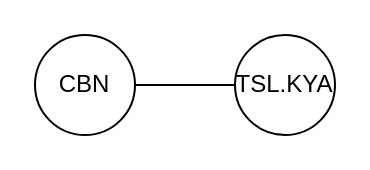
Before: page "Halaman-1" (1 of 6) of Diagram Tanpa Judul.drawio in rhilmy/test, a draw.io diagram. Source tidied: cells renumbered, new cells numbered last; positions are measured from the earlier drawing's top-left corner, leaving out a move shared by most shapes. Both pictures are drawn from the tidied source at 200%, with x=0, y=0 at pixel (34, 34).
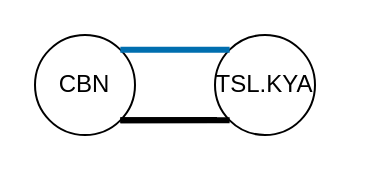
Above is the later version.

Diff of the diagram source:
```diff
@@
 <mxGraphModel>
   <root>
     <mxCell id="0" />
     <mxCell id="1" parent="0" />
     <mxCell id="2" value="CBN" style="ellipse;whiteSpace=wrap;html=1;shapeInside=1;" parent="1" vertex="1">
       <mxGeometry width="50" height="50" as="geometry" />
     </mxCell>
     <mxCell id="3" value="TSL.KYA" style="ellipse;whiteSpace=wrap;html=1;shapeInside=1;" parent="1" vertex="1">
-      <mxGeometry x="100" width="50" height="50" as="geometry" />
+      <mxGeometry x="90" width="50" height="50" as="geometry" />
     </mxCell>
-    <mxCell id="4" style="endArrow=none;html=1;rounded=0;exitX=1;exitY=0.5;exitDx=0;exitDy=0;entryX=0;entryY=0.5;entryDx=0;entryDy=0;" parent="1" edge="1" source="2" target="3">
-      <mxGeometry relative="1" as="geometry" />
-    </mxCell>
+    <mxCell id="5" style="rounded=0;jettySize=auto;html=1;exitX=1;exitY=1;exitDx=0;exitDy=0;entryX=0;entryY=1;entryDx=0;entryDy=0;endArrow=none;endFill=0;strokeWidth=3;strokeColor=light-dark(#000000,#00FF00);" parent="1" edge="1" source="2">
+      <mxGeometry relative="1" as="geometry">
+        <mxPoint x="91" y="42.5" as="targetPoint" />
+      </mxGeometry>
+    </mxCell>
+    <mxCell id="6" style="rounded=0;jettySize=auto;html=1;exitX=1;exitY=0;exitDx=0;exitDy=0;endArrow=none;endFill=0;fillColor=#1ba1e2;strokeColor=#006EAF;startSize=13;endSize=14;orthogonal=0;strokeWidth=3;entryX=0;entryY=0;entryDx=0;entryDy=0;" parent="1" edge="1" source="2" target="3">
+      <mxGeometry relative="1" as="geometry" />
+    </mxCell>
+    <mxCell id="7" style="rounded=0;jettySize=auto;html=1;exitX=1;exitY=1;exitDx=0;exitDy=0;entryX=0;entryY=1;entryDx=0;entryDy=0;endArrow=none;endFill=0;strokeWidth=3;strokeColor=light-dark(#000000,#00FF00);" parent="1" edge="1" source="2" target="3">
+      <mxGeometry relative="1" as="geometry" />
+    </mxCell>
   </root>
 </mxGraphModel>
```
